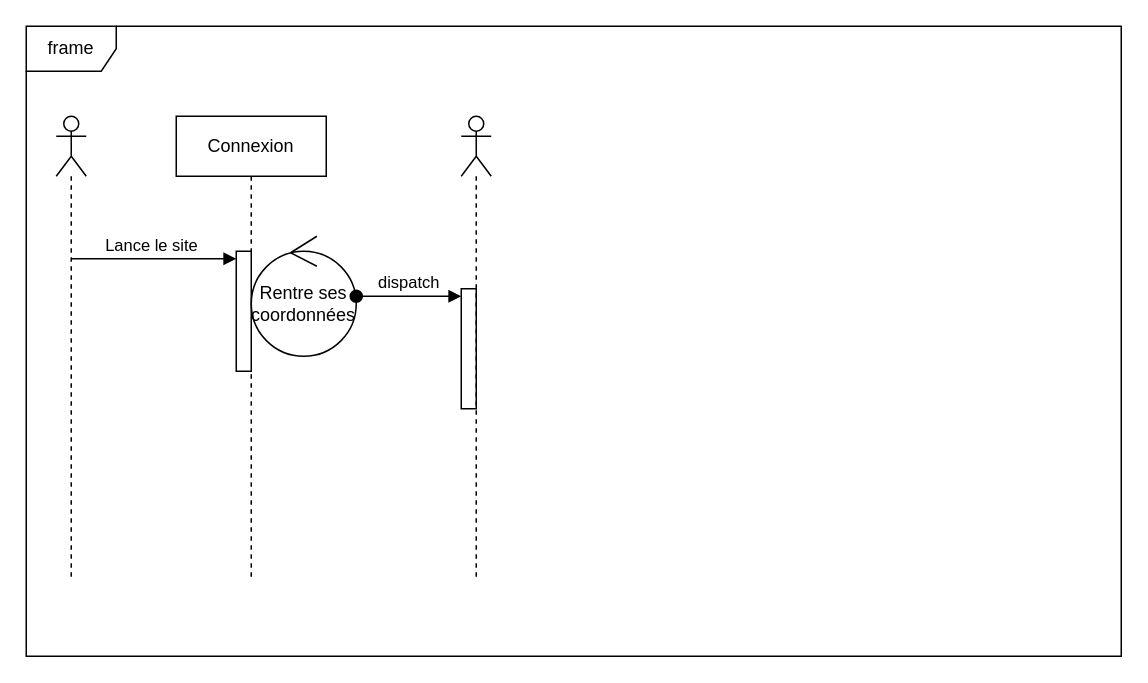
This is PORTFOLIO.drawio from kairxuu/PORTFOLIO, a draw.io file, before an edit. Source tidied: cells renumbered, new cells numbered last; positions are measured from the earlier drawing's top-left corner, leaving out a move shared by most shapes. Both pictures are drawn from the tidied source at 150%, with x=0, y=0 at pixel (26, 26).
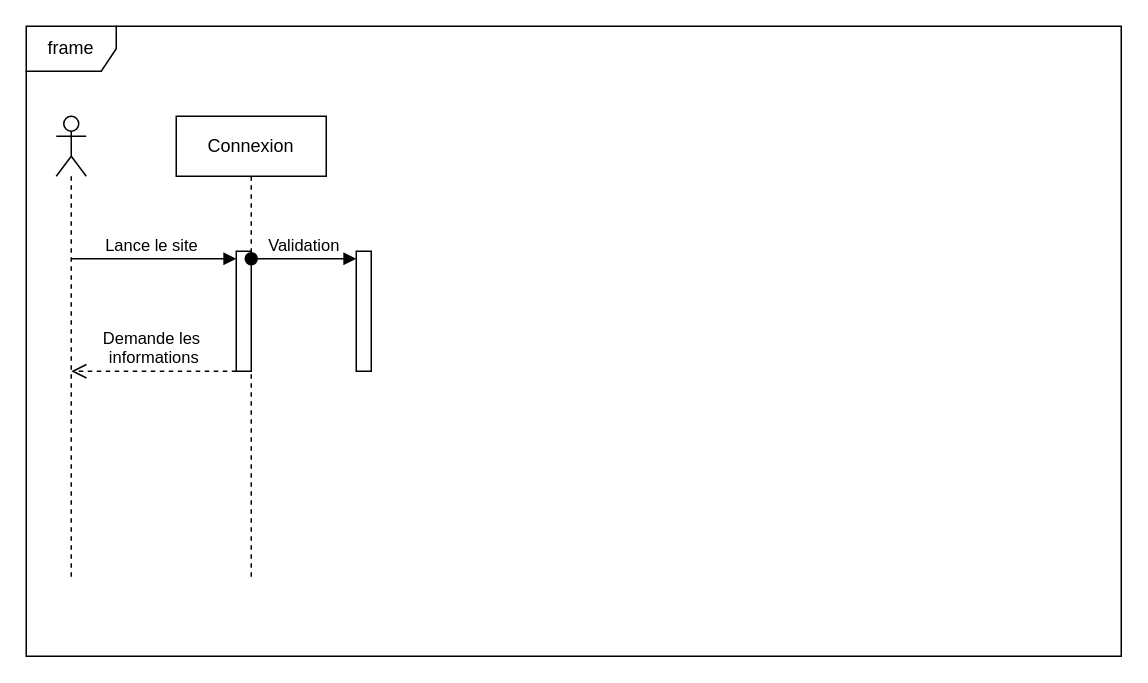
The same diagram, later.

Change to the diagram source:
```diff
@@
 <mxGraphModel>
   <root>
     <mxCell id="0" />
     <mxCell id="1" parent="0" />
     <mxCell id="2" style="shape=umlLifeline;perimeter=lifelinePerimeter;whiteSpace=wrap;html=1;newEdgeStyle={&quot;curved&quot;:0,&quot;rounded&quot;:0};participant=umlActor;" parent="1" vertex="1">
       <mxGeometry x="20" y="60" width="20" height="310" as="geometry" />
     </mxCell>
     <mxCell id="3" value="Connexion" style="shape=umlLifeline;perimeter=lifelinePerimeter;whiteSpace=wrap;html=1;newEdgeStyle={&quot;curved&quot;:0,&quot;rounded&quot;:0};" parent="1" vertex="1">
       <mxGeometry x="100" y="60" width="100" height="310" as="geometry" />
     </mxCell>
     <mxCell id="4" value="frame" style="shape=umlFrame;whiteSpace=wrap;html=1;" parent="1" vertex="1">
       <mxGeometry width="730" height="420" as="geometry" />
     </mxCell>
     <mxCell id="5" style="html=1;points=[[0,0,0,0,5],[0,1,0,0,-5],[1,0,0,0,5],[1,1,0,0,-5]];perimeter=orthogonalPerimeter;outlineConnect=0;targetShapes=umlLifeline;portConstraint=eastwest;newEdgeStyle={&quot;curved&quot;:0,&quot;rounded&quot;:0};" parent="1" vertex="1">
       <mxGeometry x="140" y="150" width="10" height="80" as="geometry" />
     </mxCell>
     <mxCell id="6" value="Lance le site&amp;nbsp;" style="html=1;verticalAlign=bottom;endArrow=block;curved=0;rounded=0;entryX=0;entryY=0;entryDx=0;entryDy=5;" parent="1" edge="1" target="5">
       <mxGeometry relative="1" as="geometry">
         <mxPoint x="30" y="155" as="sourcePoint" />
       </mxGeometry>
     </mxCell>
-    <mxCell id="7" value="Rentre ses coordonnées" style="ellipse;shape=umlControl;whiteSpace=wrap;html=1;" parent="1" vertex="1">
-      <mxGeometry x="150" y="140" width="70" height="80" as="geometry" />
-    </mxCell>
-    <mxCell id="8" style="html=1;points=[[0,0,0,0,5],[0,1,0,0,-5],[1,0,0,0,5],[1,1,0,0,-5]];perimeter=orthogonalPerimeter;outlineConnect=0;targetShapes=umlLifeline;portConstraint=eastwest;newEdgeStyle={&quot;curved&quot;:0,&quot;rounded&quot;:0};" parent="1" vertex="1">
-      <mxGeometry x="290" y="175" width="10" height="80" as="geometry" />
-    </mxCell>
-    <mxCell id="9" value="dispatch" style="html=1;verticalAlign=bottom;startArrow=oval;endArrow=block;startSize=8;curved=0;rounded=0;entryX=0;entryY=0;entryDx=0;entryDy=5;" parent="1" edge="1" target="8">
-      <mxGeometry relative="1" as="geometry">
-        <mxPoint x="220" y="180" as="sourcePoint" />
-      </mxGeometry>
-    </mxCell>
-    <mxCell id="10" style="shape=umlLifeline;perimeter=lifelinePerimeter;whiteSpace=wrap;html=1;newEdgeStyle={&quot;curved&quot;:0,&quot;rounded&quot;:0};participant=umlActor;" parent="1" vertex="1">
-      <mxGeometry x="290" y="60" width="20" height="310" as="geometry" />
-    </mxCell>
+    <mxCell id="11" value="Demande les&amp;nbsp;&lt;div&gt;informations&lt;/div&gt;" style="html=1;verticalAlign=bottom;endArrow=open;dashed=1;endSize=8;curved=0;rounded=0;" parent="1" edge="1" source="5">
+      <mxGeometry relative="1" as="geometry">
+        <mxPoint x="30" y="230" as="targetPoint" />
+      </mxGeometry>
+    </mxCell>
+    <mxCell id="12" style="html=1;points=[[0,0,0,0,5],[0,1,0,0,-5],[1,0,0,0,5],[1,1,0,0,-5]];perimeter=orthogonalPerimeter;outlineConnect=0;targetShapes=umlLifeline;portConstraint=eastwest;newEdgeStyle={&quot;curved&quot;:0,&quot;rounded&quot;:0};" parent="1" vertex="1">
+      <mxGeometry x="220" y="150" width="10" height="80" as="geometry" />
+    </mxCell>
+    <mxCell id="13" value="Validation" style="html=1;verticalAlign=bottom;startArrow=oval;endArrow=block;startSize=8;curved=0;rounded=0;entryX=0;entryY=0;entryDx=0;entryDy=5;" parent="1" edge="1" target="12">
+      <mxGeometry relative="1" as="geometry">
+        <mxPoint x="150" y="155" as="sourcePoint" />
+      </mxGeometry>
+    </mxCell>
   </root>
 </mxGraphModel>
```
